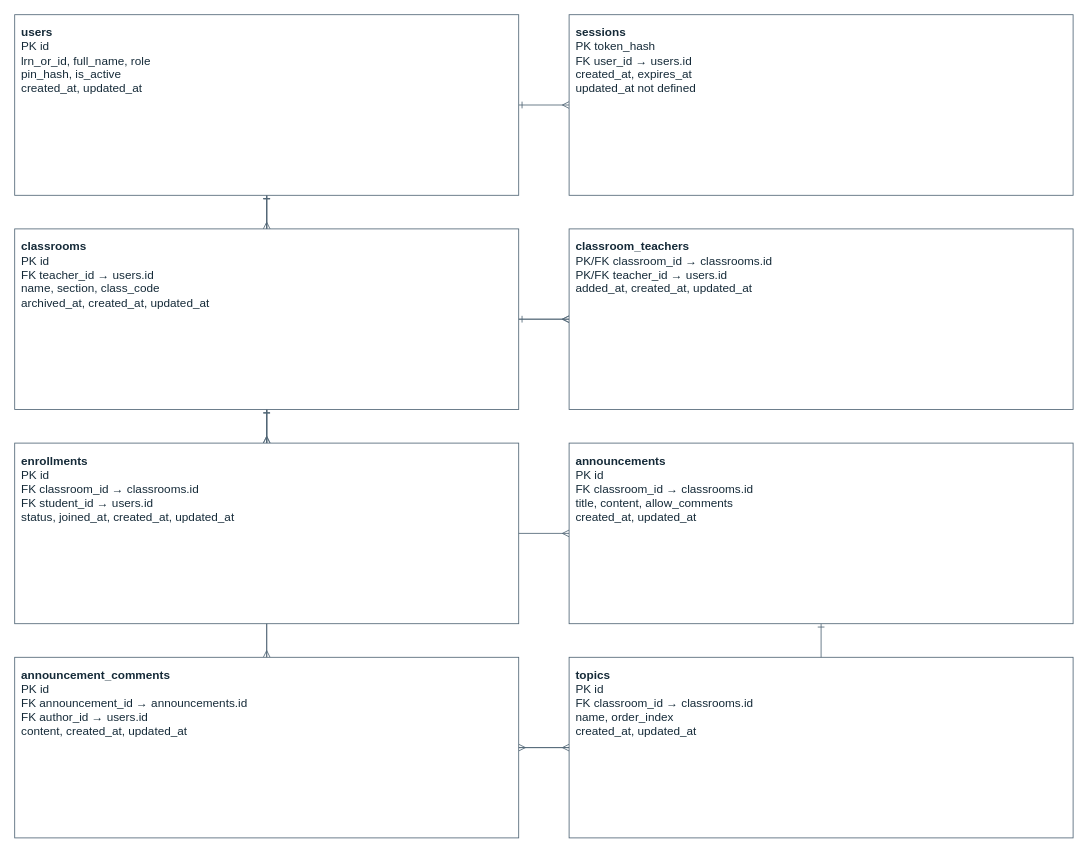
Before: docs/thesis/chapter-3/diagrams/erd.drawio in BootlegYouki/L.A.R.A, a draw.io diagram. Source tidied: cells renumbered, new cells numbered last; positions are measured from the earlier drawing's top-left corner, leaving out a move shared by most shapes. Both pictures are drawn from the tidied source at 84%, with x=0, y=0 at pixel (14, 14).
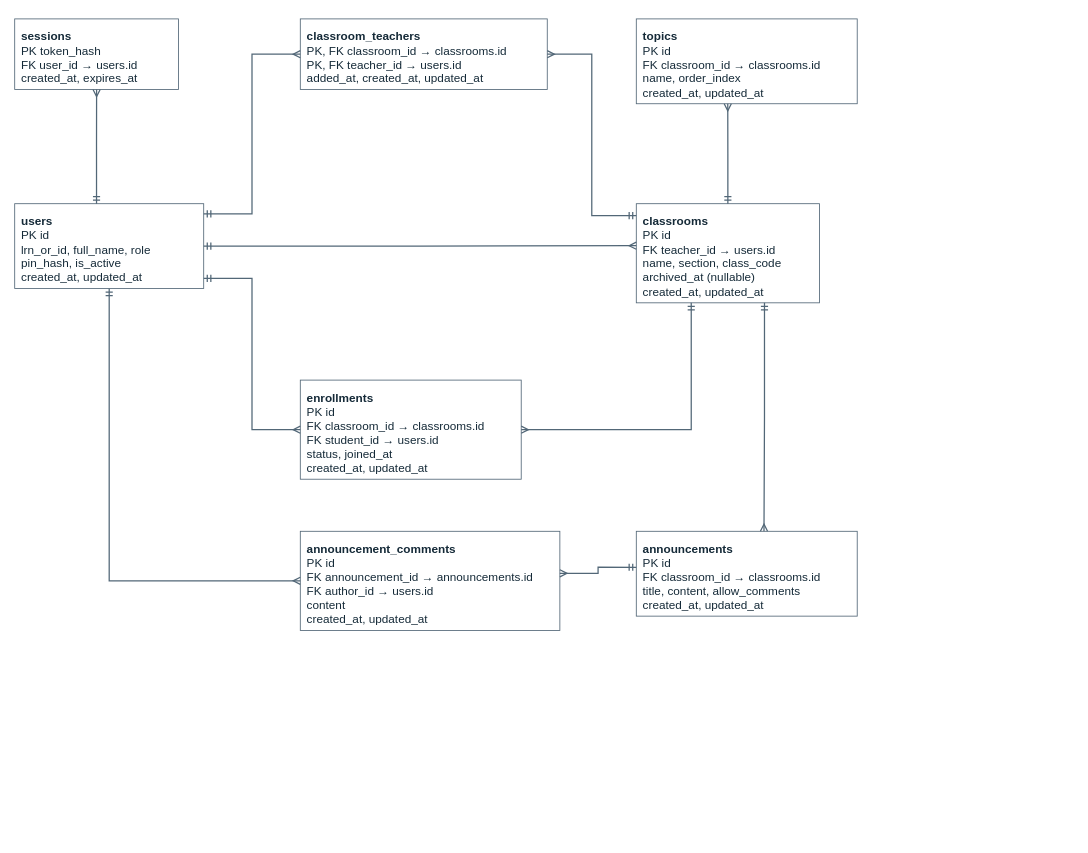
After the change.

What changed in the source:
```diff
@@
 <mxGraphModel>
   <root>
     <mxCell id="0" />
     <mxCell id="1" parent="0" />
-    <mxCell id="2" style="edgeStyle=orthogonalEdgeStyle;rounded=0;jettySize=auto;html=1;strokeColor=#526777;endArrow=ERone;startArrow=ERmany;startFill=0;endFill=0;" parent="1" edge="1" source="13" target="12">
-      <mxGeometry relative="1" as="geometry" />
-    </mxCell>
-    <mxCell id="3" style="edgeStyle=orthogonalEdgeStyle;rounded=0;jettySize=auto;html=1;strokeColor=#526777;endArrow=ERone;startArrow=ERmany;startFill=0;endFill=0;" parent="1" edge="1" source="14" target="12">
-      <mxGeometry relative="1" as="geometry" />
-    </mxCell>
-    <mxCell id="4" style="edgeStyle=orthogonalEdgeStyle;rounded=0;jettySize=auto;html=1;strokeColor=#526777;endArrow=ERone;startArrow=ERmany;startFill=0;endFill=0;" parent="1" edge="1" source="15" target="14">
-      <mxGeometry relative="1" as="geometry" />
-    </mxCell>
-    <mxCell id="5" style="edgeStyle=orthogonalEdgeStyle;rounded=0;jettySize=auto;html=1;strokeColor=#526777;endArrow=ERone;startArrow=ERmany;startFill=0;endFill=0;" parent="1" edge="1" source="15" target="12">
-      <mxGeometry relative="1" as="geometry" />
-    </mxCell>
-    <mxCell id="6" style="edgeStyle=orthogonalEdgeStyle;rounded=0;jettySize=auto;html=1;strokeColor=#526777;endArrow=ERone;startArrow=ERmany;startFill=0;endFill=0;" parent="1" edge="1" source="16" target="14">
-      <mxGeometry relative="1" as="geometry" />
-    </mxCell>
-    <mxCell id="7" style="edgeStyle=orthogonalEdgeStyle;rounded=0;jettySize=auto;html=1;strokeColor=#526777;endArrow=ERone;startArrow=ERmany;startFill=0;endFill=0;" parent="1" edge="1" source="16" target="12">
-      <mxGeometry relative="1" as="geometry" />
-    </mxCell>
-    <mxCell id="8" style="edgeStyle=orthogonalEdgeStyle;rounded=0;jettySize=auto;html=1;strokeColor=#526777;endArrow=ERone;startArrow=ERmany;startFill=0;endFill=0;" parent="1" edge="1" source="17" target="14">
-      <mxGeometry relative="1" as="geometry" />
-    </mxCell>
-    <mxCell id="9" style="edgeStyle=orthogonalEdgeStyle;rounded=0;jettySize=auto;html=1;strokeColor=#526777;endArrow=ERone;startArrow=ERmany;startFill=0;endFill=0;" parent="1" edge="1" source="18" target="17">
-      <mxGeometry relative="1" as="geometry" />
-    </mxCell>
-    <mxCell id="10" style="edgeStyle=orthogonalEdgeStyle;rounded=0;jettySize=auto;html=1;strokeColor=#526777;endArrow=ERone;startArrow=ERmany;startFill=0;endFill=0;" parent="1" edge="1" source="18" target="12">
-      <mxGeometry relative="1" as="geometry" />
-    </mxCell>
-    <mxCell id="11" style="edgeStyle=orthogonalEdgeStyle;rounded=0;jettySize=auto;html=1;strokeColor=#526777;endArrow=ERone;startArrow=ERmany;startFill=0;endFill=0;" parent="1" edge="1" source="19" target="14">
-      <mxGeometry relative="1" as="geometry" />
-    </mxCell>
     <mxCell id="12" value="&lt;b&gt;users&lt;/b&gt;&lt;br&gt;PK id&lt;br&gt;lrn_or_id, full_name, role&lt;br&gt;pin_hash, is_active&lt;br&gt;created_at, updated_at" style="rounded=0;whiteSpace=wrap;html=1;fillColor=#ffffff;strokeColor=#526777;fontColor=#152a38;fontSize=14;align=left;verticalAlign=top;spacing=8;" parent="1" vertex="1">
-      <mxGeometry width="600" height="215" as="geometry" />
+      <mxGeometry y="225" width="225" height="101" as="geometry" />
     </mxCell>
-    <mxCell id="13" value="&lt;b&gt;sessions&lt;/b&gt;&lt;br&gt;PK token_hash&lt;br&gt;FK user_id → users.id&lt;br&gt;created_at, expires_at&lt;br&gt;updated_at not defined" style="rounded=0;whiteSpace=wrap;html=1;fillColor=#ffffff;strokeColor=#526777;fontColor=#152a38;fontSize=14;align=left;verticalAlign=top;spacing=8;" parent="1" vertex="1">
-      <mxGeometry x="660" width="600" height="215" as="geometry" />
-    </mxCell>
-    <mxCell id="14" value="&lt;b&gt;classrooms&lt;/b&gt;&lt;br&gt;PK id&lt;br&gt;FK teacher_id → users.id&lt;br&gt;name, section, class_code&lt;br&gt;archived_at, created_at, updated_at" style="rounded=0;whiteSpace=wrap;html=1;fillColor=#ffffff;strokeColor=#526777;fontColor=#152a38;fontSize=14;align=left;verticalAlign=top;spacing=8;" parent="1" vertex="1">
-      <mxGeometry y="255" width="600" height="215" as="geometry" />
-    </mxCell>
-    <mxCell id="15" value="&lt;b&gt;classroom_teachers&lt;/b&gt;&lt;br&gt;PK/FK classroom_id → classrooms.id&lt;br&gt;PK/FK teacher_id → users.id&lt;br&gt;added_at, created_at, updated_at" style="rounded=0;whiteSpace=wrap;html=1;fillColor=#ffffff;strokeColor=#526777;fontColor=#152a38;fontSize=14;align=left;verticalAlign=top;spacing=8;" parent="1" vertex="1">
-      <mxGeometry x="660" y="255" width="600" height="215" as="geometry" />
-    </mxCell>
-    <mxCell id="16" value="&lt;b&gt;enrollments&lt;/b&gt;&lt;br&gt;PK id&lt;br&gt;FK classroom_id → classrooms.id&lt;br&gt;FK student_id → users.id&lt;br&gt;status, joined_at, created_at, updated_at" style="rounded=0;whiteSpace=wrap;html=1;fillColor=#ffffff;strokeColor=#526777;fontColor=#152a38;fontSize=14;align=left;verticalAlign=top;spacing=8;" parent="1" vertex="1">
-      <mxGeometry y="510" width="600" height="215" as="geometry" />
-    </mxCell>
+    <mxCell id="20" value="&lt;b&gt;sessions&lt;/b&gt;&lt;br&gt;PK token_hash&lt;br&gt;FK user_id → users.id&lt;br&gt;created_at, expires_at" style="rounded=0;whiteSpace=wrap;html=1;fillColor=#ffffff;strokeColor=#526777;fontColor=#152a38;fontSize=14;align=left;verticalAlign=top;spacing=8;" parent="1" vertex="1">
+      <mxGeometry y="5" width="195" height="84" as="geometry" />
+    </mxCell>
+    <mxCell id="21" value="&lt;b&gt;classrooms&lt;/b&gt;&lt;br&gt;PK id&lt;br&gt;FK teacher_id → users.id&lt;br&gt;name, section, class_code&lt;br&gt;archived_at (nullable)&lt;br&gt;created_at, updated_at" style="rounded=0;whiteSpace=wrap;html=1;fillColor=#ffffff;strokeColor=#526777;fontColor=#152a38;fontSize=14;align=left;verticalAlign=top;spacing=8;" parent="1" vertex="1">
+      <mxGeometry x="740" y="225" width="218" height="118" as="geometry" />
+    </mxCell>
+    <mxCell id="22" value="&lt;b&gt;classroom_teachers&lt;/b&gt;&lt;br&gt;PK, FK classroom_id → classrooms.id&lt;br&gt;PK, FK teacher_id → users.id&lt;br&gt;added_at, created_at, updated_at" style="rounded=0;whiteSpace=wrap;html=1;fillColor=#ffffff;strokeColor=#526777;fontColor=#152a38;fontSize=14;align=left;verticalAlign=top;spacing=8;" parent="1" vertex="1">
+      <mxGeometry x="340" y="5" width="294" height="84" as="geometry" />
+    </mxCell>
+    <mxCell id="23" value="&lt;b&gt;enrollments&lt;/b&gt;&lt;br&gt;PK id&lt;br&gt;FK classroom_id → classrooms.id&lt;br&gt;FK student_id → users.id&lt;br&gt;status, joined_at&lt;br&gt;created_at, updated_at" style="rounded=0;whiteSpace=wrap;html=1;fillColor=#ffffff;strokeColor=#526777;fontColor=#152a38;fontSize=14;align=left;verticalAlign=top;spacing=8;" parent="1" vertex="1">
+      <mxGeometry x="340" y="435" width="263" height="118" as="geometry" />
+    </mxCell>
     <mxCell id="17" value="&lt;b&gt;announcements&lt;/b&gt;&lt;br&gt;PK id&lt;br&gt;FK classroom_id → classrooms.id&lt;br&gt;title, content, allow_comments&lt;br&gt;created_at, updated_at" style="rounded=0;whiteSpace=wrap;html=1;fillColor=#ffffff;strokeColor=#526777;fontColor=#152a38;fontSize=14;align=left;verticalAlign=top;spacing=8;" parent="1" vertex="1">
-      <mxGeometry x="660" y="510" width="600" height="215" as="geometry" />
+      <mxGeometry x="740" y="615" width="263" height="101" as="geometry" />
     </mxCell>
-    <mxCell id="18" value="&lt;b&gt;announcement_comments&lt;/b&gt;&lt;br&gt;PK id&lt;br&gt;FK announcement_id → announcements.id&lt;br&gt;FK author_id → users.id&lt;br&gt;content, created_at, updated_at" style="rounded=0;whiteSpace=wrap;html=1;fillColor=#ffffff;strokeColor=#526777;fontColor=#152a38;fontSize=14;align=left;verticalAlign=top;spacing=8;" parent="1" vertex="1">
-      <mxGeometry y="765" width="600" height="215" as="geometry" />
-    </mxCell>
+    <mxCell id="24" value="&lt;b&gt;announcement_comments&lt;/b&gt;&lt;br&gt;PK id&lt;br&gt;FK announcement_id → announcements.id&lt;br&gt;FK author_id → users.id&lt;br&gt;content&lt;br&gt;created_at, updated_at" style="rounded=0;whiteSpace=wrap;html=1;fillColor=#ffffff;strokeColor=#526777;fontColor=#152a38;fontSize=14;align=left;verticalAlign=top;spacing=8;" parent="1" vertex="1">
+      <mxGeometry x="340" y="615" width="309" height="118" as="geometry" />
+    </mxCell>
     <mxCell id="19" value="&lt;b&gt;topics&lt;/b&gt;&lt;br&gt;PK id&lt;br&gt;FK classroom_id → classrooms.id&lt;br&gt;name, order_index&lt;br&gt;created_at, updated_at" style="rounded=0;whiteSpace=wrap;html=1;fillColor=#ffffff;strokeColor=#526777;fontColor=#152a38;fontSize=14;align=left;verticalAlign=top;spacing=8;" parent="1" vertex="1">
-      <mxGeometry x="660" y="765" width="600" height="215" as="geometry" />
+      <mxGeometry x="740" y="5" width="263" height="101" as="geometry" />
     </mxCell>
+    <mxCell id="25" style="edgeStyle=orthogonalEdgeStyle;rounded=0;html=1;strokeColor=#526777;strokeWidth=1.5;startArrow=ERmandOne;endArrow=ERmany;startFill=0;endFill=0;fontSize=11;fontColor=#526777;labelBackgroundColor=#ffffff;exitX=0.433;exitY=0;exitDx=0;exitDy=0;entryX=0.5;entryY=1;entryDx=0;entryDy=0;" parent="1" edge="1" source="12" target="20">
+      <mxGeometry relative="1" as="geometry" />
+    </mxCell>
+    <mxCell id="26" style="edgeStyle=orthogonalEdgeStyle;rounded=0;html=1;strokeColor=#526777;strokeWidth=1.5;startArrow=ERmandOne;endArrow=ERmany;startFill=0;endFill=0;fontSize=11;fontColor=#526777;labelBackgroundColor=#ffffff;exitX=1;exitY=0.5;exitDx=0;exitDy=0;entryX=0;entryY=0.424;entryDx=0;entryDy=0;" parent="1" edge="1" source="12" target="21">
+      <mxGeometry relative="1" as="geometry" />
+    </mxCell>
+    <mxCell id="27" style="edgeStyle=orthogonalEdgeStyle;rounded=0;html=1;strokeColor=#526777;strokeWidth=1.5;startArrow=ERmandOne;endArrow=ERmany;startFill=0;endFill=0;fontSize=11;fontColor=#526777;labelBackgroundColor=#ffffff;exitX=1;exitY=0.12;exitDx=0;exitDy=0;entryX=0;entryY=0.5;entryDx=0;entryDy=0;" parent="1" edge="1" source="12" target="22">
+      <mxGeometry relative="1" as="geometry" />
+    </mxCell>
+    <mxCell id="28" style="edgeStyle=orthogonalEdgeStyle;rounded=0;html=1;strokeColor=#526777;strokeWidth=1.5;startArrow=ERmandOne;endArrow=ERmany;startFill=0;endFill=0;fontSize=11;fontColor=#526777;labelBackgroundColor=#ffffff;exitX=0;exitY=0.12;exitDx=0;exitDy=0;entryX=1;entryY=0.5;entryDx=0;entryDy=0;" parent="1" edge="1" source="21" target="22">
+      <mxGeometry relative="1" as="geometry" />
+    </mxCell>
+    <mxCell id="29" style="edgeStyle=orthogonalEdgeStyle;rounded=0;html=1;strokeColor=#526777;strokeWidth=1.5;startArrow=ERmandOne;endArrow=ERmany;startFill=0;endFill=0;fontSize=11;fontColor=#526777;labelBackgroundColor=#ffffff;exitX=1;exitY=0.88;exitDx=0;exitDy=0;entryX=0;entryY=0.5;entryDx=0;entryDy=0;" parent="1" edge="1" source="12" target="23">
+      <mxGeometry relative="1" as="geometry" />
+    </mxCell>
+    <mxCell id="30" style="edgeStyle=orthogonalEdgeStyle;rounded=0;html=1;strokeColor=#526777;strokeWidth=1.5;startArrow=ERmandOne;endArrow=ERmany;startFill=0;endFill=0;fontSize=11;fontColor=#526777;labelBackgroundColor=#ffffff;exitX=0.3;exitY=1;exitDx=0;exitDy=0;entryX=1;entryY=0.5;entryDx=0;entryDy=0;" parent="1" edge="1" source="21" target="23">
+      <mxGeometry relative="1" as="geometry" />
+    </mxCell>
+    <mxCell id="31" style="edgeStyle=orthogonalEdgeStyle;rounded=0;html=1;strokeColor=#526777;strokeWidth=1.5;startArrow=ERmandOne;endArrow=ERmany;startFill=0;endFill=0;fontSize=11;fontColor=#526777;labelBackgroundColor=#ffffff;exitX=0.5;exitY=0;exitDx=0;exitDy=0;entryX=0.414;entryY=1;entryDx=0;entryDy=0;" parent="1" edge="1" source="21" target="19">
+      <mxGeometry relative="1" as="geometry" />
+    </mxCell>
+    <mxCell id="32" style="edgeStyle=orthogonalEdgeStyle;rounded=0;html=1;strokeColor=#526777;strokeWidth=1.5;startArrow=ERmandOne;endArrow=ERmany;startFill=0;endFill=0;fontSize=11;fontColor=#526777;labelBackgroundColor=#ffffff;exitX=0.7;exitY=1;exitDx=0;exitDy=0;entryX=0.578;entryY=0;entryDx=0;entryDy=0;" parent="1" edge="1" source="21" target="17">
+      <mxGeometry relative="1" as="geometry" />
+    </mxCell>
+    <mxCell id="33" style="edgeStyle=orthogonalEdgeStyle;rounded=0;html=1;strokeColor=#526777;strokeWidth=1.5;startArrow=ERmandOne;endArrow=ERmany;startFill=0;endFill=0;fontSize=11;fontColor=#526777;labelBackgroundColor=#ffffff;exitX=0;exitY=0.424;exitDx=0;exitDy=0;entryX=1;entryY=0.424;entryDx=0;entryDy=0;" parent="1" edge="1" source="17" target="24">
+      <mxGeometry relative="1" as="geometry" />
+    </mxCell>
+    <mxCell id="34" style="edgeStyle=orthogonalEdgeStyle;rounded=0;html=1;strokeColor=#526777;strokeWidth=1.5;startArrow=ERmandOne;endArrow=ERmany;startFill=0;endFill=0;fontSize=11;fontColor=#526777;labelBackgroundColor=#ffffff;exitX=0.5;exitY=1;exitDx=0;exitDy=0;entryX=0;entryY=0.5;entryDx=0;entryDy=0;" parent="1" edge="1" source="12" target="24">
+      <mxGeometry relative="1" as="geometry" />
+    </mxCell>
   </root>
 </mxGraphModel>
```
